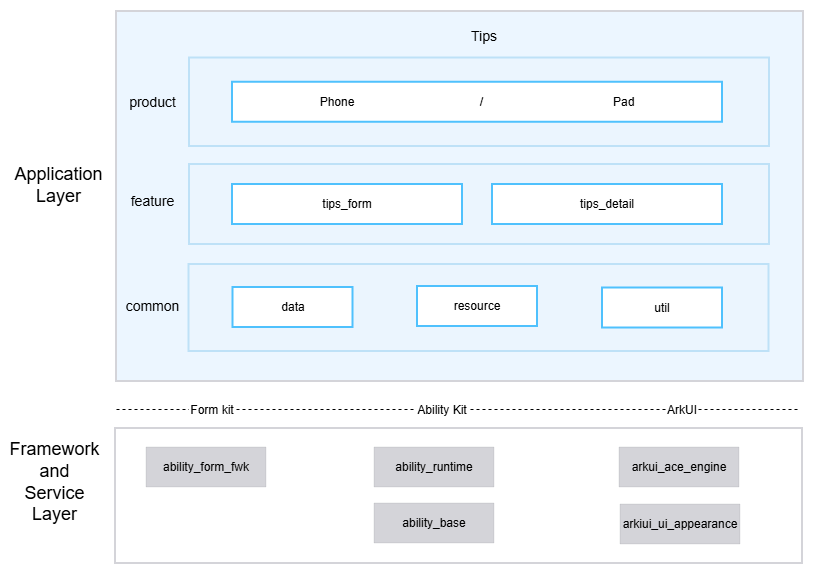
The draw.io diagram docs/figures/tips_architecture_en.png in openharmony/applications_tips, before a commit. Source tidied: cells renumbered, new cells last; positions are measured from the earlier drawing's top-left corner, leaving out a move shared by most shapes.
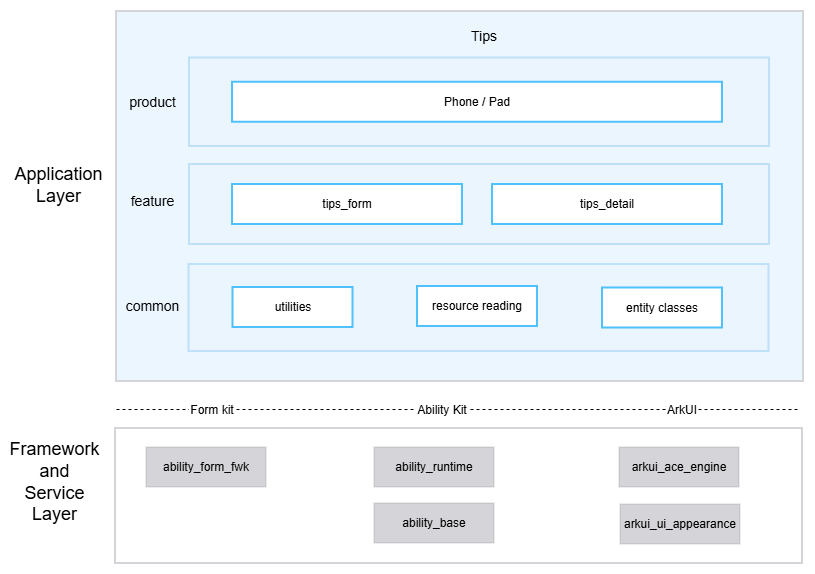
Later version of the same file.

Commit message:
修改README、架构图

Change to the diagram source:
```diff
@@ -23,10 +23,10 @@
     <mxCell id="8" value="arkui_ace_engine" style="rounded=0;whiteSpace=wrap;html=1;fillColor=#D4D4D9;strokeColor=#36393d;strokeWidth=0;" parent="1" vertex="1">
       <mxGeometry x="598" y="436" width="120" height="40" as="geometry" />
     </mxCell>
-    <mxCell id="9" value="Application&lt;div&gt;Layer&lt;/div&gt;" style="text;html=1;whiteSpace=wrap;strokeColor=none;fillColor=none;align=center;verticalAlign=middle;rounded=0;labelWidth=1;fontSize=18;" parent="1" vertex="1">
+    <mxCell id="9" value="Application Layer" style="text;html=1;whiteSpace=wrap;strokeColor=none;fillColor=none;align=center;verticalAlign=middle;rounded=0;labelWidth=1;fontSize=18;" parent="1" vertex="1">
       <mxGeometry x="7" y="159" width="60" height="30" as="geometry" />
     </mxCell>
-    <mxCell id="10" value="Framework&lt;div&gt;and&lt;/div&gt;&lt;div&gt;Service&lt;/div&gt;&lt;div&gt;Layer&lt;/div&gt;" style="text;html=1;whiteSpace=wrap;strokeColor=none;fillColor=none;align=center;verticalAlign=middle;rounded=0;fontSize=18;" parent="1" vertex="1">
+    <mxCell id="10" value="Framework and Service Layer" style="text;html=1;whiteSpace=wrap;strokeColor=none;fillColor=none;align=center;verticalAlign=middle;rounded=0;fontSize=18;" parent="1" vertex="1">
       <mxGeometry y="456" width="67" height="30" as="geometry" />
     </mxCell>
     <mxCell id="11" value="&lt;font style=&quot;font-size: 14px;&quot;&gt;product&lt;/font&gt;" style="text;html=1;whiteSpace=wrap;strokeColor=none;fillColor=none;align=center;verticalAlign=middle;rounded=0;rotation=0;direction=east;textDirection=rtl;" parent="1" vertex="1">
@@ -35,7 +35,7 @@
     <mxCell id="12" style="rounded=0;whiteSpace=wrap;html=1;fillColor=#EBF5FE;strokeColor=light-dark(#BEE1F7,#5C79A3);strokeWidth=2;" parent="1" vertex="1">
       <mxGeometry x="168" y="46.5" width="580" height="88.5" as="geometry" />
     </mxCell>
-    <mxCell id="13" value="Phone&lt;span style=&quot;white-space: pre;&quot;&gt;&#9;&lt;/span&gt;&lt;span style=&quot;white-space: pre;&quot;&gt;&#9;&lt;/span&gt;&lt;span style=&quot;white-space: pre;&quot;&gt;&#9;&lt;/span&gt;&lt;span style=&quot;white-space: pre;&quot;&gt;&#9;&lt;span style=&quot;white-space: pre;&quot;&gt;&#9;&lt;/span&gt;&lt;/span&gt;/&lt;span style=&quot;white-space: pre;&quot;&gt;&#9;&lt;span style=&quot;white-space: pre;&quot;&gt;&#9;&lt;span style=&quot;white-space: pre;&quot;&gt;&#9;&lt;span style=&quot;white-space: pre;&quot;&gt;&#9;&lt;span style=&quot;white-space: pre;&quot;&gt;&#9;&lt;/span&gt;&lt;/span&gt;&lt;/span&gt;&lt;/span&gt;&lt;/span&gt;Pad" style="rounded=0;whiteSpace=wrap;html=1;strokeColor=#4FC1FD;strokeWidth=2;" parent="1" vertex="1">
+    <mxCell id="13" value="Phone / Pad" style="rounded=0;whiteSpace=wrap;html=1;strokeColor=#4FC1FD;strokeWidth=2;" parent="1" vertex="1">
       <mxGeometry x="211" y="70.8" width="490" height="40" as="geometry" />
     </mxCell>
     <mxCell id="14" value="&lt;span style=&quot;font-size: 14px;&quot;&gt;feature&lt;/span&gt;" style="text;html=1;whiteSpace=wrap;strokeColor=none;fillColor=none;align=center;verticalAlign=middle;rounded=0;rotation=0;direction=east;textDirection=rtl;" parent="1" vertex="1">
@@ -56,10 +56,10 @@
     <mxCell id="19" style="rounded=0;whiteSpace=wrap;html=1;fillColor=#EBF5FE;strokeColor=#BEE1F7;strokeWidth=2;" parent="1" vertex="1">
       <mxGeometry x="167.5" y="253" width="580" height="87" as="geometry" />
     </mxCell>
-    <mxCell id="20" value="data" style="rounded=0;whiteSpace=wrap;html=1;strokeColor=#4FC1FD;strokeWidth=2;" parent="1" vertex="1">
+    <mxCell id="20" value="utilities" style="rounded=0;whiteSpace=wrap;html=1;strokeColor=#4FC1FD;strokeWidth=2;" parent="1" vertex="1">
       <mxGeometry x="211.5" y="276" width="120" height="40" as="geometry" />
     </mxCell>
-    <mxCell id="21" value="resource" style="rounded=0;whiteSpace=wrap;html=1;strokeColor=#4FC1FD;strokeWidth=2;" parent="1" vertex="1">
+    <mxCell id="21" value="resource reading" style="rounded=0;whiteSpace=wrap;html=1;strokeColor=#4FC1FD;strokeWidth=2;" parent="1" vertex="1">
       <mxGeometry x="396" y="275" width="120" height="40" as="geometry" />
     </mxCell>
     <mxCell id="22" style="endArrow=none;dashed=1;html=1;rounded=0;labelBackgroundColor=default;" parent="1" edge="1">
@@ -74,13 +74,13 @@
     <mxCell id="24" value="Form kit" style="text;html=1;whiteSpace=wrap;strokeColor=none;fillColor=none;align=center;verticalAlign=middle;rounded=0;labelBackgroundColor=default;labelBorderColor=#FFFFFF;" parent="1" vertex="1">
       <mxGeometry x="161" y="384" width="60" height="30" as="geometry" />
     </mxCell>
-    <mxCell id="25" value="util" style="rounded=0;whiteSpace=wrap;html=1;strokeColor=#4FC1FD;strokeWidth=2;" parent="1" vertex="1">
+    <mxCell id="25" value="entity classes" style="rounded=0;whiteSpace=wrap;html=1;strokeColor=#4FC1FD;strokeWidth=2;" parent="1" vertex="1">
       <mxGeometry x="581" y="276.5" width="120" height="40" as="geometry" />
     </mxCell>
     <mxCell id="26" value="ArkUI" style="text;html=1;whiteSpace=wrap;strokeColor=none;fillColor=none;align=center;verticalAlign=middle;rounded=0;labelBackgroundColor=default;labelBorderColor=#FFFFFF;" parent="1" vertex="1">
       <mxGeometry x="631" y="384" width="60" height="30" as="geometry" />
     </mxCell>
-    <mxCell id="27" value="arkiui_ui_appearance" style="rounded=0;whiteSpace=wrap;html=1;fillColor=#D4D4D9;strokeColor=#36393d;strokeWidth=0;" parent="1" vertex="1">
+    <mxCell id="27" value="arkui_ui_appearance" style="rounded=0;whiteSpace=wrap;html=1;fillColor=#D4D4D9;strokeColor=#36393d;strokeWidth=0;" parent="1" vertex="1">
       <mxGeometry x="599" y="493" width="120" height="40" as="geometry" />
     </mxCell>
   </root>
```
